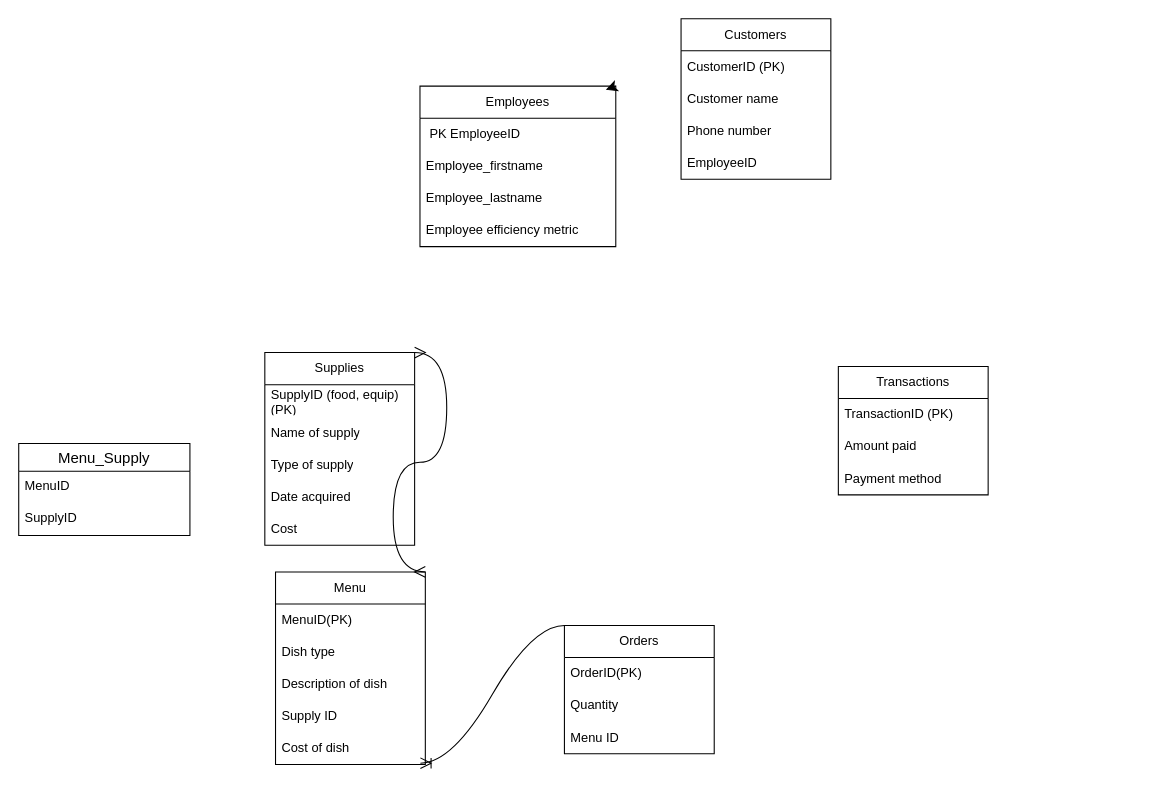
Before: Untitled Diagram.drawio in jdridges/W2_Exercises, a draw.io diagram. Source tidied: cells renumbered, new cells numbered last; positions are measured from the earlier drawing's top-left corner, leaving out a move shared by most shapes. Both pictures are drawn from the tidied source at 107%, with x=0, y=0 at pixel (18, 18).
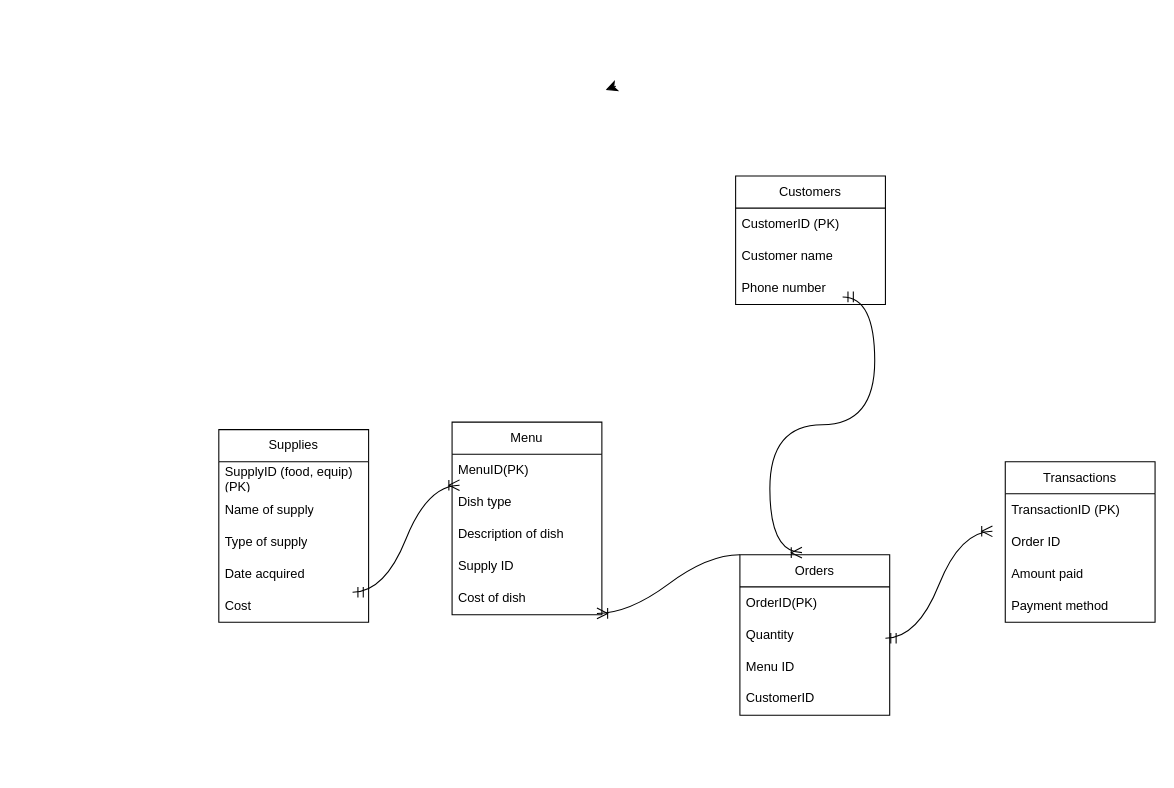
After the change.

Diff of the diagram source:
```diff
@@
     <mxCell id="2" value="Customers" style="swimlane;fontStyle=0;horizontal=1;startSize=30;whiteSpace=wrap;html=1;" parent="1" vertex="1">
-      <mxGeometry x="619" width="140" height="150" as="geometry" />
+      <mxGeometry x="670" y="147" width="140" height="120" as="geometry" />
     </mxCell>
@@
-    <mxCell id="6" value="EmployeeID" style="text;strokeColor=none;fillColor=none;align=left;verticalAlign=middle;spacingLeft=4;spacingRight=4;overflow=hidden;whiteSpace=wrap;html=1;" parent="2" vertex="1">
-      <mxGeometry y="120" width="140" height="30" as="geometry" />
-    </mxCell>
     <mxCell id="7" value="Supplies" style="swimlane;fontStyle=0;horizontal=1;startSize=30;whiteSpace=wrap;html=1;" parent="1" vertex="1">
-      <mxGeometry x="230" y="312" width="140" height="180" as="geometry" />
+      <mxGeometry x="187" y="384" width="140" height="180" as="geometry" />
     </mxCell>
@@
+    <mxCell id="39" style="edgeStyle=entityRelationEdgeStyle;fontSize=12;html=1;endArrow=ERoneToMany;startArrow=ERmandOne;rounded=0;startSize=8;endSize=8;curved=1;" parent="7" edge="1">
+      <mxGeometry relative="1" as="geometry">
+        <mxPoint x="125" y="152" as="sourcePoint" />
+        <mxPoint x="225" y="52" as="targetPoint" />
+      </mxGeometry>
+    </mxCell>
@@
-    <mxCell id="13" value="Employees" style="swimlane;fontStyle=0;horizontal=1;startSize=30;whiteSpace=wrap;html=1;" parent="1" vertex="1">
-      <mxGeometry x="375" y="63" width="183" height="150" as="geometry" />
-    </mxCell>
-    <mxCell id="14" value="&amp;nbsp;PK EmployeeID" style="text;strokeColor=none;fillColor=none;align=left;verticalAlign=middle;spacingLeft=4;spacingRight=4;overflow=hidden;whiteSpace=wrap;html=1;" parent="13" vertex="1">
-      <mxGeometry y="30" width="183" height="30" as="geometry" />
-    </mxCell>
-    <mxCell id="15" value="Employee_firstname" style="text;strokeColor=none;fillColor=none;align=left;verticalAlign=middle;spacingLeft=4;spacingRight=4;overflow=hidden;whiteSpace=wrap;html=1;" parent="13" vertex="1">
-      <mxGeometry y="60" width="183" height="30" as="geometry" />
-    </mxCell>
-    <mxCell id="16" value="Employee_lastname" style="text;strokeColor=none;fillColor=none;align=left;verticalAlign=middle;spacingLeft=4;spacingRight=4;overflow=hidden;whiteSpace=wrap;html=1;" parent="13" vertex="1">
-      <mxGeometry y="90" width="183" height="30" as="geometry" />
-    </mxCell>
-    <mxCell id="17" value="Employee efficiency metric" style="text;strokeColor=none;fillColor=none;align=left;verticalAlign=middle;spacingLeft=4;spacingRight=4;overflow=hidden;whiteSpace=wrap;html=1;" parent="13" vertex="1">
-      <mxGeometry y="120" width="183" height="30" as="geometry" />
-    </mxCell>
     <mxCell id="18" value="Transactions" style="swimlane;fontStyle=0;horizontal=1;startSize=30;whiteSpace=wrap;html=1;" parent="1" vertex="1">
-      <mxGeometry x="766" y="325" width="140" height="120" as="geometry" />
+      <mxGeometry x="922" y="414" width="140" height="150" as="geometry" />
     </mxCell>
@@
+    <mxCell id="40" value="Order ID" style="text;strokeColor=none;fillColor=none;align=left;verticalAlign=middle;spacingLeft=4;spacingRight=4;overflow=hidden;whiteSpace=wrap;html=1;" parent="18" vertex="1">
+      <mxGeometry y="60" width="140" height="30" as="geometry" />
+    </mxCell>
     <mxCell id="20" value="Amount paid" style="text;strokeColor=none;fillColor=none;align=left;verticalAlign=middle;spacingLeft=4;spacingRight=4;overflow=hidden;whiteSpace=wrap;html=1;" parent="18" vertex="1">
-      <mxGeometry y="60" width="140" height="30" as="geometry" />
+      <mxGeometry y="90" width="140" height="30" as="geometry" />
     </mxCell>
     <mxCell id="21" value="Payment method" style="text;strokeColor=none;fillColor=none;align=left;verticalAlign=middle;spacingLeft=4;spacingRight=4;overflow=hidden;whiteSpace=wrap;html=1;" parent="18" vertex="1">
-      <mxGeometry y="90" width="140" height="30" as="geometry" />
+      <mxGeometry y="120" width="140" height="30" as="geometry" />
     </mxCell>
-    <mxCell id="22" style="edgeStyle=none;curved=1;rounded=0;orthogonalLoop=1;jettySize=auto;html=1;exitX=1;exitY=0;exitDx=0;exitDy=0;entryX=0.949;entryY=0.023;entryDx=0;entryDy=0;entryPerimeter=0;fontSize=12;startSize=8;endSize=8;" parent="1" edge="1" source="13" target="13">
-      <mxGeometry relative="1" as="geometry" />
+    <mxCell id="22" style="edgeStyle=none;curved=1;rounded=0;orthogonalLoop=1;jettySize=auto;html=1;exitX=1;exitY=0;exitDx=0;exitDy=0;entryX=0.949;entryY=0.023;entryDx=0;entryDy=0;entryPerimeter=0;fontSize=12;startSize=8;endSize=8;" parent="1" edge="1">
+      <mxGeometry relative="1" as="geometry">
+        <mxPoint x="558" y="63" as="sourcePoint" />
+        <mxPoint x="548.7" y="66.5" as="targetPoint" />
+      </mxGeometry>
     </mxCell>
     <mxCell id="23" value="Menu" style="swimlane;fontStyle=0;horizontal=1;startSize=30;whiteSpace=wrap;html=1;" parent="1" vertex="1">
-      <mxGeometry x="240" y="517" width="140" height="180" as="geometry" />
+      <mxGeometry x="405" y="377" width="140" height="180" as="geometry" />
     </mxCell>
@@
     <mxCell id="30" value="Orders" style="swimlane;fontStyle=0;horizontal=1;startSize=30;whiteSpace=wrap;html=1;" parent="1" vertex="1">
-      <mxGeometry x="510" y="567" width="140" height="120" as="geometry" />
+      <mxGeometry x="674" y="501" width="140" height="150" as="geometry" />
     </mxCell>
@@
-    <mxCell id="34" value="Menu_Supply" style="swimlane;fontStyle=0;horizontal=1;startSize=26;align=center;fontSize=14;" parent="1" vertex="1">
-      <mxGeometry y="397" width="160" height="86" as="geometry" />
-    </mxCell>
-    <mxCell id="35" value="MenuID" style="text;strokeColor=none;fillColor=none;spacingLeft=4;spacingRight=4;overflow=hidden;fontSize=12;whiteSpace=wrap;html=1;" parent="34" vertex="1">
-      <mxGeometry y="26" width="160" height="30" as="geometry" />
-    </mxCell>
-    <mxCell id="36" value="SupplyID" style="text;strokeColor=none;fillColor=none;spacingLeft=4;spacingRight=4;overflow=hidden;fontSize=12;whiteSpace=wrap;html=1;" parent="34" vertex="1">
-      <mxGeometry y="56" width="160" height="30" as="geometry" />
-    </mxCell>
-    <mxCell id="37" style="edgeStyle=entityRelationEdgeStyle;fontSize=12;html=1;endArrow=ERmany;startArrow=ERmany;rounded=0;startSize=8;endSize=8;curved=1;exitX=1;exitY=0;exitDx=0;exitDy=0;entryX=1;entryY=0;entryDx=0;entryDy=0;" parent="1" edge="1" source="7" target="23">
-      <mxGeometry relative="1" as="geometry">
-        <Array as="points">
-          <mxPoint x="483" y="391" />
-        </Array>
-      </mxGeometry>
-    </mxCell>
+    <mxCell id="41" value="CustomerID" style="text;strokeColor=none;fillColor=none;spacingLeft=4;spacingRight=4;overflow=hidden;fontSize=12;whiteSpace=wrap;html=1;" parent="30" vertex="1">
+      <mxGeometry y="120" width="140" height="30" as="geometry" />
+    </mxCell>
@@
+    <mxCell id="42" style="edgeStyle=entityRelationEdgeStyle;fontSize=12;html=1;endArrow=ERoneToMany;startArrow=ERmandOne;rounded=0;startSize=8;endSize=8;curved=1;entryX=0.5;entryY=0;entryDx=0;entryDy=0;" parent="1" edge="1">
+      <mxGeometry relative="1" as="geometry">
+        <mxPoint x="770" y="260" as="sourcePoint" />
+        <mxPoint x="732" y="499" as="targetPoint" />
+      </mxGeometry>
+    </mxCell>
+    <mxCell id="43" style="edgeStyle=entityRelationEdgeStyle;fontSize=12;html=1;endArrow=ERoneToMany;startArrow=ERmandOne;rounded=0;startSize=8;endSize=8;curved=1;" parent="1" edge="1">
+      <mxGeometry relative="1" as="geometry">
+        <mxPoint x="810" y="579" as="sourcePoint" />
+        <mxPoint x="910" y="479" as="targetPoint" />
+        <Array as="points">
+          <mxPoint x="922" y="440" />
+        </Array>
+      </mxGeometry>
+    </mxCell>
```
